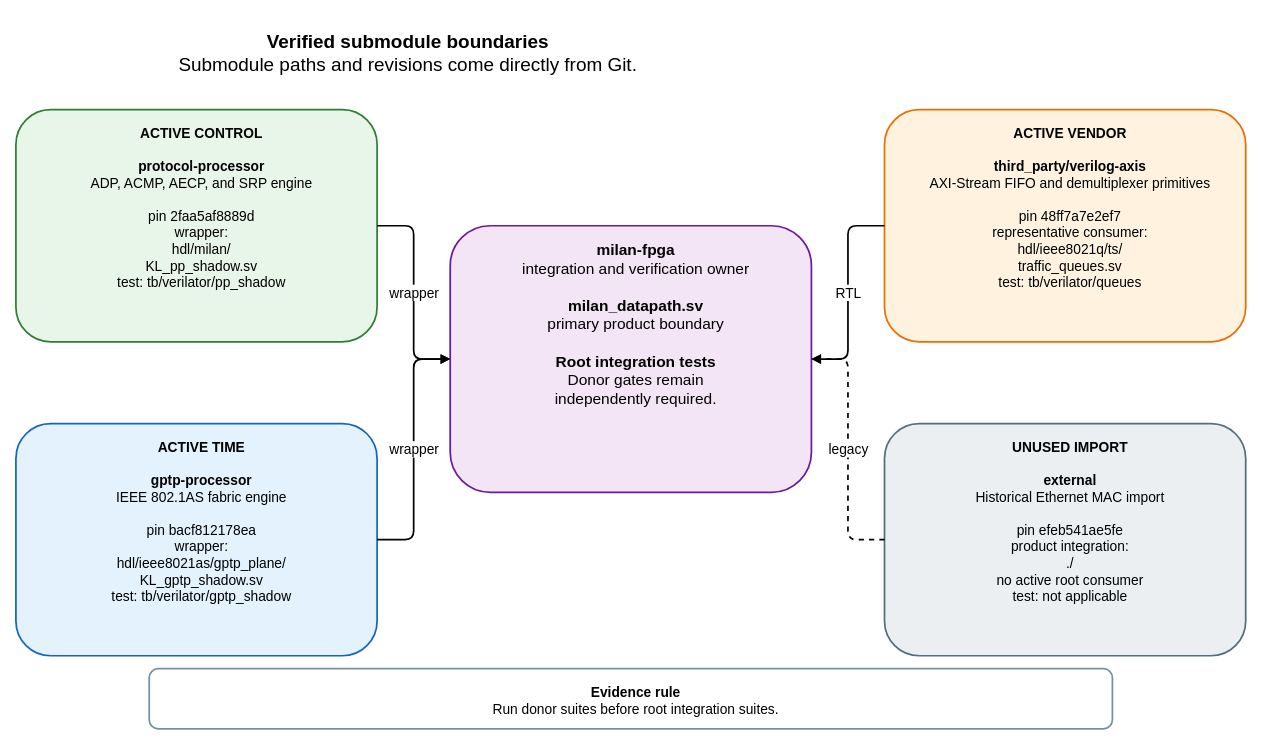
Earlier version of the draw.io diagram docs/diagrams/submodule_boundaries.drawio (kebag-logic/milan-fpga). Source tidied: cells renumbered, new cells numbered last; positions are measured from the earlier drawing's top-left corner, leaving out a move shared by most shapes. Both pictures are drawn from the tidied source at 86%, with x=0, y=0 at pixel (15, 15).
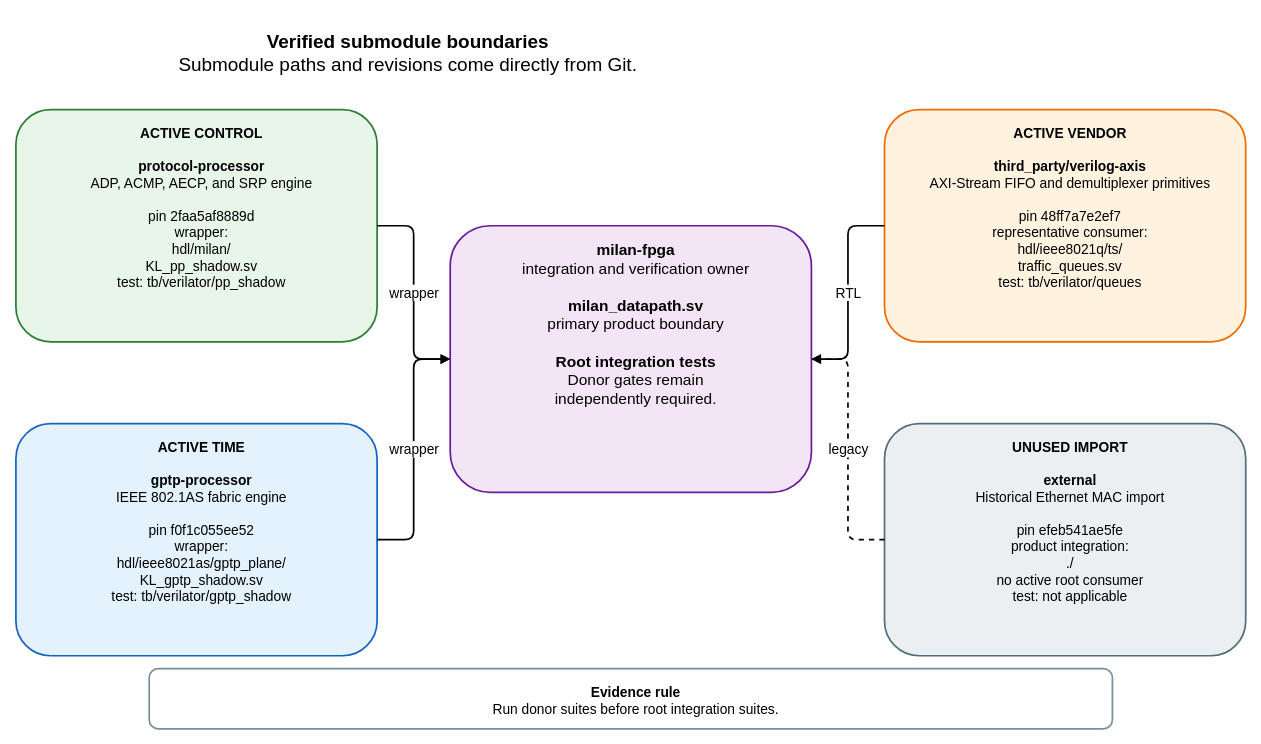
After the change.

What changed in the source:
```diff
@@
 <mxGraphModel>
   <root>
     <mxCell id="0" />
     <mxCell id="1" parent="0" />
     <mxCell id="2" value="&lt;b&gt;Verified submodule boundaries&lt;/b&gt;&lt;br&gt;Submodule paths and revisions come directly from Git." style="rounded=1;whiteSpace=wrap;html=1;verticalAlign=top;spacingTop=12;spacingLeft=12;fontSize=22;fontFamily=Helvetica;fillColor=none;strokeColor=none;strokeWidth=2;" parent="1" vertex="1">
       <mxGeometry width="900" height="65" as="geometry" />
     </mxCell>
     <mxCell id="3" value="&lt;b&gt;milan-fpga&lt;/b&gt;&lt;br&gt;integration and verification owner&lt;br&gt;&lt;br&gt;&lt;b&gt;milan_datapath.sv&lt;/b&gt;&lt;br&gt;primary product boundary&lt;br&gt;&lt;br&gt;&lt;b&gt;Root integration tests&lt;/b&gt;&lt;br&gt;Donor gates remain&lt;br&gt;independently required." style="rounded=1;whiteSpace=wrap;html=1;verticalAlign=top;spacingTop=12;spacingLeft=12;fontSize=18;fontFamily=Helvetica;fillColor=#F3E5F5;strokeColor=#6A1B9A;strokeWidth=2;" parent="1" vertex="1">
       <mxGeometry x="505" y="245" width="420" height="310" as="geometry" />
     </mxCell>
     <mxCell id="4" value="&lt;b&gt;ACTIVE CONTROL&lt;/b&gt;&lt;br&gt;&lt;br&gt;&lt;b&gt;protocol-processor&lt;/b&gt;&lt;br&gt;ADP, ACMP, AECP, and SRP engine&lt;br&gt;&lt;br&gt;pin 2faa5af8889d&lt;br&gt;wrapper:&lt;br&gt;hdl/milan/&lt;br&gt;KL_pp_shadow.sv&lt;br&gt;test: tb/verilator/pp_shadow" style="rounded=1;whiteSpace=wrap;html=1;verticalAlign=top;spacingTop=12;spacingLeft=12;fontSize=16;fontFamily=Helvetica;fillColor=#E8F5E9;strokeColor=#2E7D32;strokeWidth=2;" parent="1" vertex="1">
       <mxGeometry y="110" width="420" height="270" as="geometry" />
     </mxCell>
-    <mxCell id="5" value="&lt;b&gt;ACTIVE TIME&lt;/b&gt;&lt;br&gt;&lt;br&gt;&lt;b&gt;gptp-processor&lt;/b&gt;&lt;br&gt;IEEE 802.1AS fabric engine&lt;br&gt;&lt;br&gt;pin bacf812178ea&lt;br&gt;wrapper:&lt;br&gt;hdl/ieee8021as/gptp_plane/&lt;br&gt;KL_gptp_shadow.sv&lt;br&gt;test: tb/verilator/gptp_shadow" style="rounded=1;whiteSpace=wrap;html=1;verticalAlign=top;spacingTop=12;spacingLeft=12;fontSize=16;fontFamily=Helvetica;fillColor=#E3F2FD;strokeColor=#1565C0;strokeWidth=2;" parent="1" vertex="1">
+    <mxCell id="5" value="&lt;b&gt;ACTIVE TIME&lt;/b&gt;&lt;br&gt;&lt;br&gt;&lt;b&gt;gptp-processor&lt;/b&gt;&lt;br&gt;IEEE 802.1AS fabric engine&lt;br&gt;&lt;br&gt;pin f0f1c055ee52&lt;br&gt;wrapper:&lt;br&gt;hdl/ieee8021as/gptp_plane/&lt;br&gt;KL_gptp_shadow.sv&lt;br&gt;test: tb/verilator/gptp_shadow" style="rounded=1;whiteSpace=wrap;html=1;verticalAlign=top;spacingTop=12;spacingLeft=12;fontSize=16;fontFamily=Helvetica;fillColor=#E3F2FD;strokeColor=#1565C0;strokeWidth=2;" parent="1" vertex="1">
       <mxGeometry y="475" width="420" height="270" as="geometry" />
     </mxCell>
     <mxCell id="6" value="&lt;b&gt;ACTIVE VENDOR&lt;/b&gt;&lt;br&gt;&lt;br&gt;&lt;b&gt;third_party/verilog-axis&lt;/b&gt;&lt;br&gt;AXI-Stream FIFO and demultiplexer primitives&lt;br&gt;&lt;br&gt;pin 48ff7a7e2ef7&lt;br&gt;representative consumer:&lt;br&gt;hdl/ieee8021q/ts/&lt;br&gt;traffic_queues.sv&lt;br&gt;test: tb/verilator/queues" style="rounded=1;whiteSpace=wrap;html=1;verticalAlign=top;spacingTop=12;spacingLeft=12;fontSize=16;fontFamily=Helvetica;fillColor=#FFF3E0;strokeColor=#EF6C00;strokeWidth=2;" parent="1" vertex="1">
       <mxGeometry x="1010" y="110" width="420" height="270" as="geometry" />
     </mxCell>
     <mxCell id="7" value="&lt;b&gt;UNUSED IMPORT&lt;/b&gt;&lt;br&gt;&lt;br&gt;&lt;b&gt;external&lt;/b&gt;&lt;br&gt;Historical Ethernet MAC import&lt;br&gt;&lt;br&gt;pin efeb541ae5fe&lt;br&gt;product integration:&lt;br&gt;./&lt;br&gt;no active root consumer&lt;br&gt;test: not applicable" style="rounded=1;whiteSpace=wrap;html=1;verticalAlign=top;spacingTop=12;spacingLeft=12;fontSize=16;fontFamily=Helvetica;fillColor=#ECEFF1;strokeColor=#546E7A;strokeWidth=2;" parent="1" vertex="1">
       <mxGeometry x="1010" y="475" width="420" height="270" as="geometry" />
     </mxCell>
     <mxCell id="8" value="wrapper" style="edgeStyle=orthogonalEdgeStyle;rounded=1;jettySize=auto;html=1;endArrow=block;endFill=1;strokeWidth=2;fontSize=16;fontFamily=Helvetica;labelBackgroundColor=#FFFFFF;" parent="1" edge="1" source="4" target="3">
       <mxGeometry relative="1" as="geometry" />
     </mxCell>
     <mxCell id="9" value="wrapper" style="edgeStyle=orthogonalEdgeStyle;rounded=1;jettySize=auto;html=1;endArrow=block;endFill=1;strokeWidth=2;fontSize=16;fontFamily=Helvetica;labelBackgroundColor=#FFFFFF;" parent="1" edge="1" source="5" target="3">
       <mxGeometry relative="1" as="geometry" />
     </mxCell>
     <mxCell id="10" value="RTL" style="edgeStyle=orthogonalEdgeStyle;rounded=1;jettySize=auto;html=1;endArrow=block;endFill=1;strokeWidth=2;fontSize=16;fontFamily=Helvetica;labelBackgroundColor=#FFFFFF;" parent="1" edge="1" source="6" target="3">
       <mxGeometry relative="1" as="geometry" />
     </mxCell>
     <mxCell id="11" value="legacy" style="edgeStyle=orthogonalEdgeStyle;rounded=1;jettySize=auto;html=1;endArrow=block;endFill=1;strokeWidth=2;fontSize=16;fontFamily=Helvetica;labelBackgroundColor=#FFFFFF;dashed=1;" parent="1" edge="1" source="7" target="3">
       <mxGeometry relative="1" as="geometry" />
     </mxCell>
     <mxCell id="12" value="&lt;b&gt;Evidence rule&lt;/b&gt;&lt;br&gt;Run donor suites before root integration suites." style="rounded=1;whiteSpace=wrap;html=1;verticalAlign=top;spacingTop=12;spacingLeft=12;fontSize=16;fontFamily=Helvetica;fillColor=#FFFFFF;strokeColor=#78909C;strokeWidth=2;" parent="1" vertex="1">
       <mxGeometry x="155" y="760" width="1120" height="70" as="geometry" />
     </mxCell>
   </root>
 </mxGraphModel>
```
